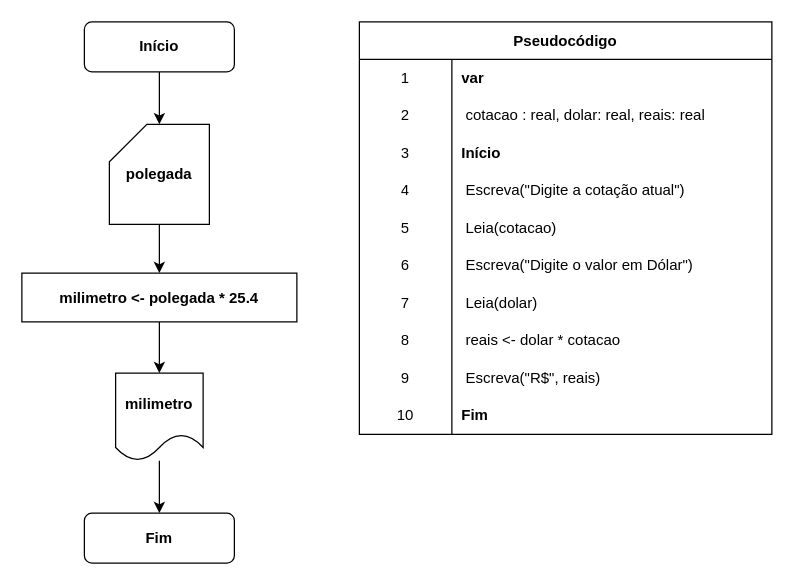
Earlier version of the draw.io diagram page "Ex. 1.2" (2 of 4) of Diagrama sem nome.drawio (iSamekh/draw.io). Source tidied: cells renumbered, new cells numbered last; positions are measured from the earlier drawing's top-left corner, leaving out a move shared by most shapes. Both pictures are drawn from the tidied source at 125%, with x=0, y=0 at pixel (21, 21).
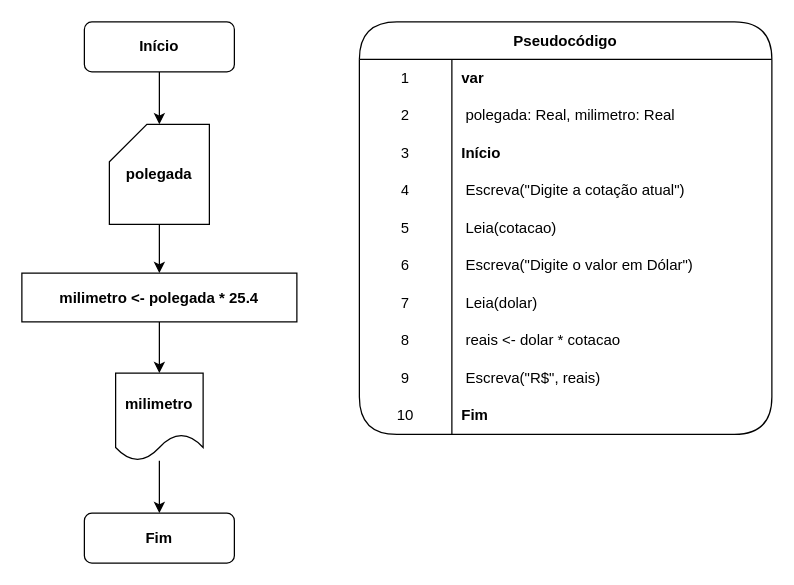
Above is the later version.

Unchanged cells that the change refers to:
```xml
<mxCell id="15" style="shape=tableRow;horizontal=0;startSize=0;swimlaneHead=0;swimlaneBody=0;top=0;left=0;bottom=0;right=0;fillColor=none;" parent="11" vertex="1">
  <mxGeometry y="60" width="330" height="30" as="geometry" />
</mxCell>
```

Change to the diagram source:
```diff
@@
-    <mxCell id="11" value="Pseudocódigo" style="shape=table;startSize=30;childLayout=tableLayout;rowLines=0;fontStyle=1;arcSize=150;backgroundOutline=0;labelBackgroundColor=none;labelBorderColor=none;" parent="1" vertex="1">
+    <mxCell id="11" value="Pseudocódigo" style="shape=table;startSize=30;childLayout=tableLayout;rowLines=0;fontStyle=1;arcSize=150;backgroundOutline=0;labelBackgroundColor=none;labelBorderColor=none;rounded=1;" parent="1" vertex="1">
       <mxGeometry x="270" width="330" height="330" as="geometry" />
     </mxCell>
@@
-    <mxCell id="17" value="&lt;span style=&quot;white-space: pre;&quot;&gt; &lt;/span&gt;cotacao : real, dolar: real, reais: real" style="shape=partialRectangle;html=1;whiteSpace=wrap;fillColor=none;top=0;left=0;bottom=0;right=0;align=left;spacingLeft=6;overflow=hidden;" parent="15" vertex="1">
+    <mxCell id="17" value="&lt;span style=&quot;white-space: pre;&quot;&gt; &lt;/span&gt;polegada: Real, milimetro: Real" style="shape=partialRectangle;html=1;whiteSpace=wrap;fillColor=none;top=0;left=0;bottom=0;right=0;align=left;spacingLeft=6;overflow=hidden;" parent="15" vertex="1">
       <mxGeometry x="74" width="256" height="30" as="geometry" />
     </mxCell>
```
